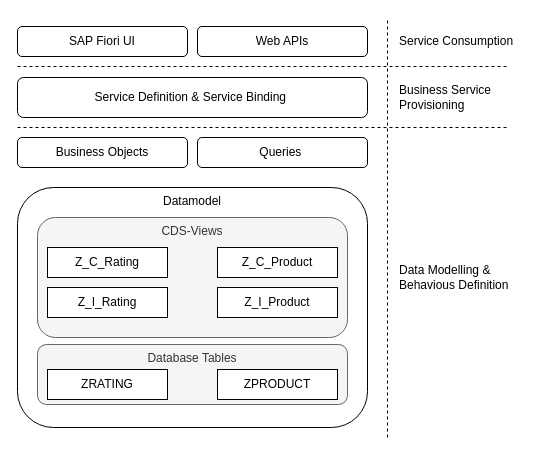
Before: docs/imgs/ro_list_report/rap_components_consumption.drawio in ceedee666/modern-abap-curriculum, a draw.io diagram. Source tidied: cells renumbered, new cells numbered last; positions are measured from the earlier drawing's top-left corner, leaving out a move shared by most shapes. Both pictures are drawn from the tidied source at 100%, with x=0, y=0 at pixel (17, 17).
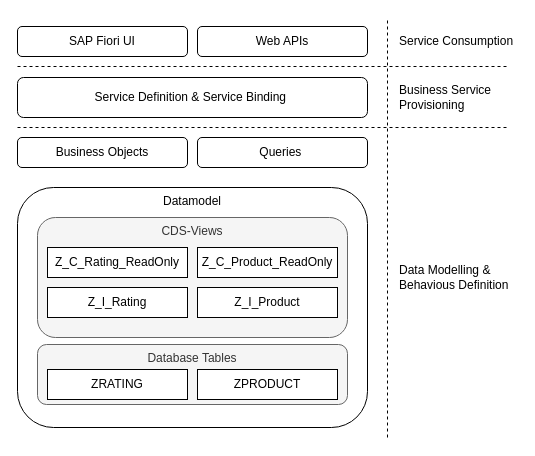
Above is the later version.

Unchanged cells that the change refers to:
```xml
<mxCell id="15" style="group;" parent="1" vertex="1">
  <mxGeometry x="20" y="327" width="310" height="60" as="geometry" />
</mxCell>
<mxCell id="19" style="group;" parent="1" vertex="1">
  <mxGeometry x="20" y="200" width="310" height="120" as="geometry" />
</mxCell>
```

What changed in the source:
```diff
@@
     <mxCell id="17" value="ZRATING" style="rounded=0;whiteSpace=wrap;html=1;" parent="15" vertex="1">
-      <mxGeometry x="10" y="25" width="120" height="30" as="geometry" />
+      <mxGeometry x="10" y="25" width="140" height="30" as="geometry" />
     </mxCell>
     <mxCell id="18" value="ZPRODUCT" style="rounded=0;whiteSpace=wrap;html=1;" parent="15" vertex="1">
-      <mxGeometry x="180" y="25" width="120" height="30" as="geometry" />
+      <mxGeometry x="160" y="25" width="140" height="30" as="geometry" />
     </mxCell>
@@
     <mxCell id="21" value="Z_I_Rating" style="rounded=0;whiteSpace=wrap;html=1;" parent="19" vertex="1">
-      <mxGeometry x="10" y="70" width="120" height="30" as="geometry" />
+      <mxGeometry x="10" y="70" width="140" height="30" as="geometry" />
     </mxCell>
     <mxCell id="22" value="Z_I_Product" style="rounded=0;whiteSpace=wrap;html=1;" parent="19" vertex="1">
-      <mxGeometry x="180" y="70" width="120" height="30" as="geometry" />
+      <mxGeometry x="160" y="70" width="140" height="30" as="geometry" />
     </mxCell>
-    <mxCell id="23" value="Z_C_Rating" style="rounded=0;whiteSpace=wrap;html=1;" parent="19" vertex="1">
-      <mxGeometry x="10" y="30" width="120" height="30" as="geometry" />
+    <mxCell id="23" value="Z_C_Rating_ReadOnly" style="rounded=0;whiteSpace=wrap;html=1;" parent="19" vertex="1">
+      <mxGeometry x="10" y="30" width="140" height="30" as="geometry" />
     </mxCell>
-    <mxCell id="24" value="Z_C_Product" style="rounded=0;whiteSpace=wrap;html=1;" parent="19" vertex="1">
-      <mxGeometry x="180" y="30" width="120" height="30" as="geometry" />
+    <mxCell id="24" value="Z_C_Product_ReadOnly" style="rounded=0;whiteSpace=wrap;html=1;" parent="19" vertex="1">
+      <mxGeometry x="160" y="30" width="140" height="30" as="geometry" />
     </mxCell>
```
